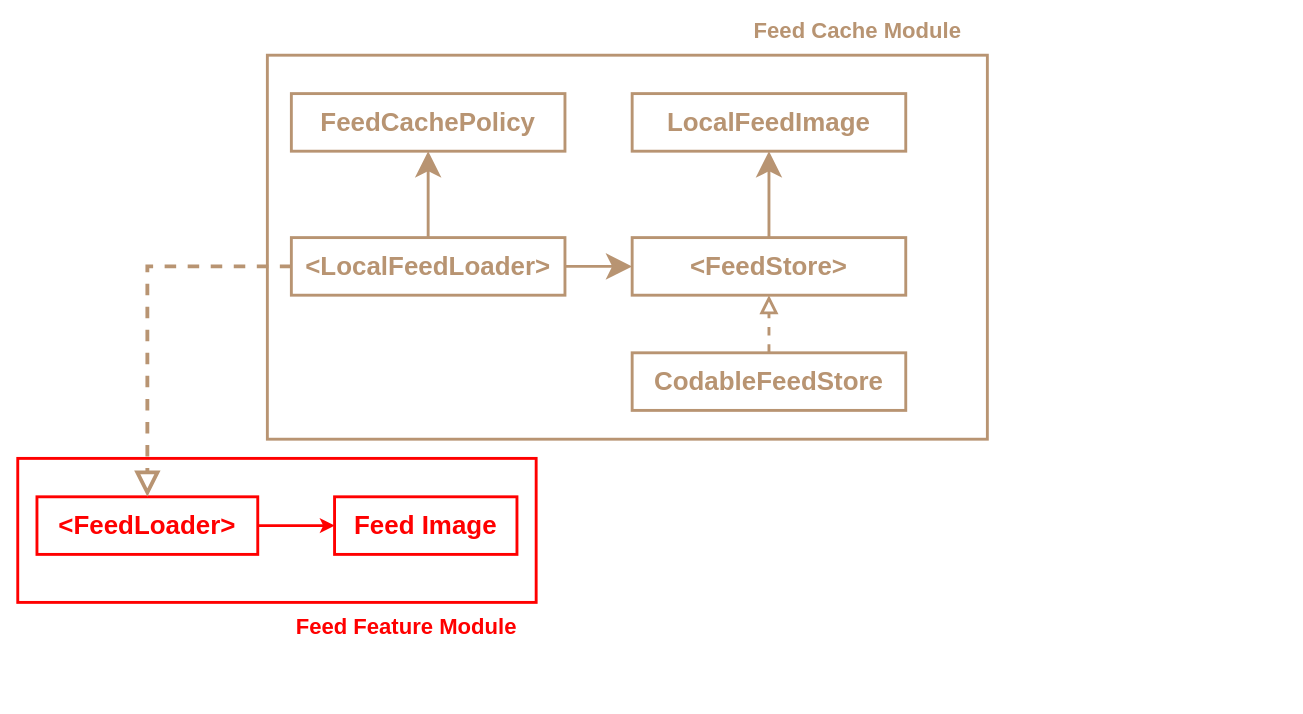
Before: EssentialFeed/architecture.drawio in ahmad-atef/Essential-Developer, a draw.io diagram. Source tidied: cells renumbered, new cells numbered last; positions are measured from the earlier drawing's top-left corner, leaving out a move shared by most shapes. Both pictures are drawn from the tidied source at 96%, with x=0, y=0 at pixel (17, 16).
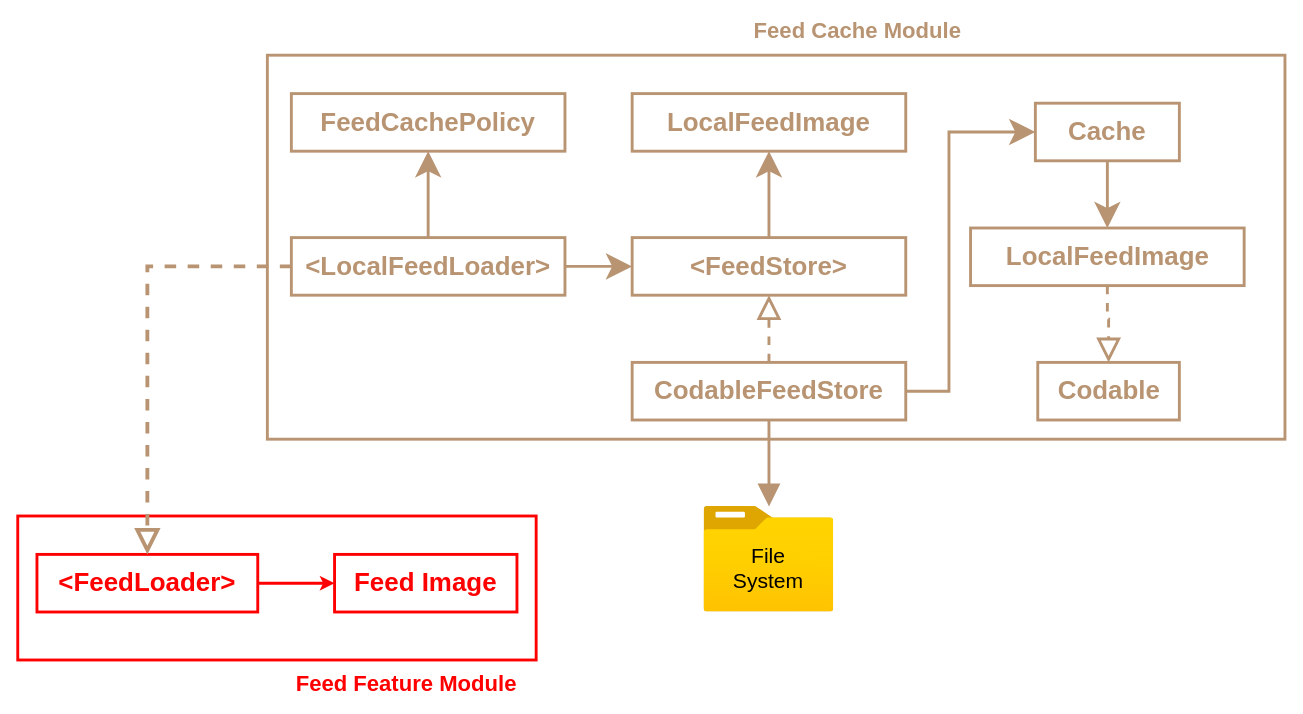
Above is the later version.

The change refers to these unchanged cells:
```xml
<mxCell id="9" value="&lt;h2&gt;&lt;font&gt;&amp;lt;LocalFeedLoader&amp;gt;&lt;/font&gt;&lt;/h2&gt;" style="rounded=0;whiteSpace=wrap;html=1;fontSize=18;strokeWidth=3;strokeColor=#B89472;fontColor=#B89472;" parent="1" vertex="1">
  <mxGeometry x="285" y="230" width="285" height="60" as="geometry" />
</mxCell>
<mxCell id="13" value="&lt;h2&gt;&lt;font&gt;&amp;lt;FeedStore&amp;gt;&lt;/font&gt;&lt;/h2&gt;" style="rounded=0;whiteSpace=wrap;html=1;fontSize=18;strokeWidth=3;strokeColor=#B89472;fontColor=#B89472;" parent="1" vertex="1">
  <mxGeometry x="640" y="230" width="285" height="60" as="geometry" />
</mxCell>
```

What changed in the source:
```diff
@@
-    <mxCell id="2" style="rounded=0;whiteSpace=wrap;html=1;fontSize=18;strokeWidth=3;strokeColor=#FF0000;" parent="1" vertex="1">
-      <mxGeometry y="460" width="540" height="150" as="geometry" />
-    </mxCell>
-    <mxCell id="3" value="&lt;h2&gt;&lt;font color=&quot;#ff0000&quot;&gt;&amp;lt;FeedLoader&amp;gt;&lt;/font&gt;&lt;/h2&gt;" style="rounded=0;whiteSpace=wrap;html=1;fontSize=18;strokeWidth=3;strokeColor=#FF0000;" parent="1" vertex="1">
-      <mxGeometry x="20" y="500" width="230" height="60" as="geometry" />
-    </mxCell>
-    <mxCell id="4" value="&lt;h2&gt;&lt;font color=&quot;#ff0000&quot;&gt;Feed Image&lt;/font&gt;&lt;/h2&gt;" style="rounded=0;whiteSpace=wrap;html=1;fontSize=18;strokeWidth=3;strokeColor=#FF0000;" parent="1" vertex="1">
-      <mxGeometry x="330" y="500" width="190" height="60" as="geometry" />
-    </mxCell>
-    <mxCell id="5" style="endArrow=classic;html=1;rounded=0;fontSize=18;exitX=1;exitY=0.5;exitDx=0;exitDy=0;entryX=0;entryY=0.5;entryDx=0;entryDy=0;strokeWidth=3;strokeColor=#FF0000;" parent="1" edge="1" source="3" target="4">
-      <mxGeometry relative="1" as="geometry" />
-    </mxCell>
     <mxCell id="6" style="rounded=0;whiteSpace=wrap;html=1;fontSize=18;fontColor=#FFCE9F;strokeColor=#B89472;strokeWidth=3;" parent="1" vertex="1">
-      <mxGeometry x="260" y="40" width="750" height="400" as="geometry" />
+      <mxGeometry x="260" y="40" width="1060" height="400" as="geometry" />
     </mxCell>
-    <mxCell id="7" value="&lt;font style=&quot;font-size: 23px&quot;&gt;&lt;b&gt;Feed Feature Module&lt;/b&gt;&lt;/font&gt;" style="text;html=1;strokeColor=none;fillColor=none;align=center;verticalAlign=middle;whiteSpace=wrap;rounded=0;fontSize=18;fontColor=#FF0000;" parent="1" vertex="1">
-      <mxGeometry x="270" y="620" width="270" height="30" as="geometry" />
-    </mxCell>
-    <mxCell id="8" style="edgeStyle=orthogonalEdgeStyle;rounded=0;jettySize=auto;html=1;fontSize=18;fontColor=#FFCE9F;strokeColor=#B89472;strokeWidth=4;dashed=1;endArrow=block;endFill=0;endSize=17;" parent="1" edge="1" source="9" target="3">
-      <mxGeometry relative="1" as="geometry" />
-    </mxCell>
@@
-    <mxCell id="17" style="edgeStyle=orthogonalEdgeStyle;rounded=0;jettySize=auto;html=1;strokeColor=#B89472;strokeWidth=3;endSize=12;dashed=1;endArrow=block;endFill=0;" parent="1" edge="1" source="18" target="13">
+    <mxCell id="17" style="edgeStyle=orthogonalEdgeStyle;rounded=0;jettySize=auto;html=1;strokeColor=#B89472;strokeWidth=3;endSize=18;dashed=1;endArrow=block;endFill=0;" parent="1" edge="1" source="18" target="13">
       <mxGeometry relative="1" as="geometry" />
     </mxCell>
+    <mxCell id="19" style="group;" parent="1" vertex="1">
+      <mxGeometry x="640" y="90" width="637.5" height="510" as="geometry" />
+    </mxCell>
-    <mxCell id="18" value="&lt;h2&gt;&lt;font&gt;CodableFeedStore&lt;/font&gt;&lt;/h2&gt;" style="rounded=0;whiteSpace=wrap;html=1;fontSize=18;strokeWidth=3;strokeColor=#B89472;fontColor=#B89472;" parent="1" vertex="1">
-      <mxGeometry x="640" y="350" width="285" height="60" as="geometry" />
+    <mxCell id="18" value="&lt;h2&gt;&lt;font&gt;CodableFeedStore&lt;/font&gt;&lt;/h2&gt;" style="rounded=0;whiteSpace=wrap;html=1;fontSize=18;strokeWidth=3;strokeColor=#B89472;fontColor=#B89472;" parent="19" vertex="1">
+      <mxGeometry y="270" width="285" height="60" as="geometry" />
     </mxCell>
+    <mxCell id="20" style="group;align=right;" parent="19" vertex="1">
+      <mxGeometry x="87" y="420" width="135.5" height="90" as="geometry" />
+    </mxCell>
+    <mxCell id="21" style="html=1;points=[];align=center;image;fontSize=12;image=img/lib/azure2/general/Folder_Blank.svg;" parent="20" vertex="1">
+      <mxGeometry x="-12.3" width="135.5" height="110" as="geometry" />
+    </mxCell>
+    <mxCell id="22" value="&lt;font style=&quot;font-size: 22px&quot;&gt;File System&lt;/font&gt;" style="text;html=1;strokeColor=none;fillColor=none;align=center;verticalAlign=middle;whiteSpace=wrap;rounded=0;" parent="20" vertex="1">
+      <mxGeometry x="25.4" y="50" width="60" height="30" as="geometry" />
+    </mxCell>
+    <mxCell id="23" style="edgeStyle=orthogonalEdgeStyle;rounded=0;jettySize=auto;html=1;endArrow=block;endFill=1;strokeColor=#B89472;strokeWidth=3;endSize=16;" parent="19" edge="1" source="18" target="21">
+      <mxGeometry relative="1" as="geometry" />
+    </mxCell>
+    <mxCell id="24" value="&lt;h2&gt;&lt;font&gt;Cache&lt;/font&gt;&lt;/h2&gt;" style="rounded=0;whiteSpace=wrap;html=1;fontSize=18;strokeWidth=3;strokeColor=#B89472;fontColor=#B89472;" parent="19" vertex="1">
+      <mxGeometry x="420" width="150" height="60" as="geometry" />
+    </mxCell>
+    <mxCell id="25" style="edgeStyle=orthogonalEdgeStyle;rounded=0;jettySize=auto;html=1;entryX=0;entryY=0.5;entryDx=0;entryDy=0;strokeColor=#B89472;strokeWidth=3;endSize=18;" parent="19" edge="1" source="18" target="24">
+      <mxGeometry relative="1" as="geometry">
+        <Array as="points">
+          <mxPoint x="330" y="300" />
+          <mxPoint x="330" y="30" />
+        </Array>
+      </mxGeometry>
+    </mxCell>
+    <mxCell id="26" value="&lt;h2&gt;&lt;font&gt;LocalFeedImage&lt;/font&gt;&lt;/h2&gt;" style="rounded=0;whiteSpace=wrap;html=1;fontSize=18;strokeWidth=3;strokeColor=#B89472;fontColor=#B89472;" parent="19" vertex="1">
+      <mxGeometry x="352.5" y="130" width="285" height="60" as="geometry" />
+    </mxCell>
+    <mxCell id="27" style="edgeStyle=orthogonalEdgeStyle;rounded=0;jettySize=auto;html=1;endSize=18;strokeColor=#B89472;strokeWidth=3;" parent="19" edge="1" source="24" target="26">
+      <mxGeometry relative="1" as="geometry" />
+    </mxCell>
+    <mxCell id="28" value="&lt;h2&gt;&lt;font&gt;Codable&lt;/font&gt;&lt;/h2&gt;" style="rounded=0;whiteSpace=wrap;html=1;fontSize=18;strokeWidth=3;strokeColor=#B89472;fontColor=#B89472;" parent="19" vertex="1">
+      <mxGeometry x="422.5" y="270" width="147.5" height="60" as="geometry" />
+    </mxCell>
+    <mxCell id="29" style="edgeStyle=orthogonalEdgeStyle;rounded=0;jettySize=auto;html=1;endSize=18;strokeColor=#B89472;strokeWidth=3;endArrow=block;endFill=0;dashed=1;" parent="19" edge="1" source="26" target="28">
+      <mxGeometry relative="1" as="geometry" />
+    </mxCell>
+    <mxCell id="30" style="group;" parent="1" vertex="1">
+      <mxGeometry y="520" width="540" height="190" as="geometry" />
+    </mxCell>
+    <mxCell id="2" style="rounded=0;whiteSpace=wrap;html=1;fontSize=18;strokeWidth=3;strokeColor=#FF0000;" parent="30" vertex="1">
+      <mxGeometry width="540" height="150" as="geometry" />
+    </mxCell>
+    <mxCell id="3" value="&lt;h2&gt;&lt;font color=&quot;#ff0000&quot;&gt;&amp;lt;FeedLoader&amp;gt;&lt;/font&gt;&lt;/h2&gt;" style="rounded=0;whiteSpace=wrap;html=1;fontSize=18;strokeWidth=3;strokeColor=#FF0000;" parent="30" vertex="1">
+      <mxGeometry x="20" y="40" width="230" height="60" as="geometry" />
+    </mxCell>
+    <mxCell id="4" value="&lt;h2&gt;&lt;font color=&quot;#ff0000&quot;&gt;Feed Image&lt;/font&gt;&lt;/h2&gt;" style="rounded=0;whiteSpace=wrap;html=1;fontSize=18;strokeWidth=3;strokeColor=#FF0000;" parent="30" vertex="1">
+      <mxGeometry x="330" y="40" width="190" height="60" as="geometry" />
+    </mxCell>
+    <mxCell id="5" style="endArrow=classic;html=1;rounded=0;fontSize=18;exitX=1;exitY=0.5;exitDx=0;exitDy=0;entryX=0;entryY=0.5;entryDx=0;entryDy=0;strokeWidth=3;strokeColor=#FF0000;" parent="30" edge="1" source="3" target="4">
+      <mxGeometry relative="1" as="geometry" />
+    </mxCell>
+    <mxCell id="7" value="&lt;font style=&quot;font-size: 23px&quot;&gt;&lt;b&gt;Feed Feature Module&lt;/b&gt;&lt;/font&gt;" style="text;html=1;strokeColor=none;fillColor=none;align=center;verticalAlign=middle;whiteSpace=wrap;rounded=0;fontSize=18;fontColor=#FF0000;" parent="30" vertex="1">
+      <mxGeometry x="270" y="160" width="270" height="30" as="geometry" />
+    </mxCell>
+    <mxCell id="8" style="edgeStyle=orthogonalEdgeStyle;rounded=0;jettySize=auto;html=1;fontSize=18;fontColor=#FFCE9F;strokeColor=#B89472;strokeWidth=4;dashed=1;endArrow=block;endFill=0;endSize=17;" parent="1" edge="1" source="9" target="3">
+      <mxGeometry relative="1" as="geometry" />
+    </mxCell>
```
